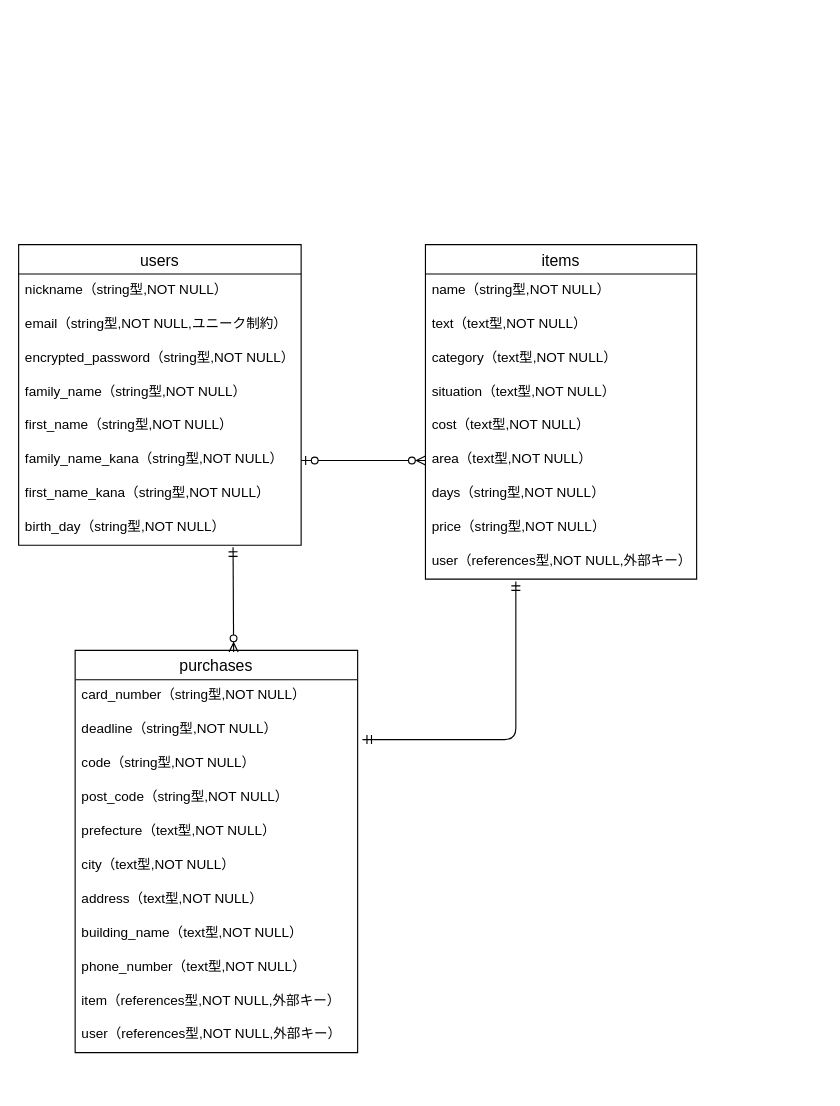
This is furima.dio from hiromu01/furima-38563, a draw.io file, before an edit. Source tidied: cells renumbered, new cells numbered last; positions are measured from the earlier drawing's top-left corner, leaving out a move shared by most shapes. Both pictures are drawn from the tidied source at 113%, with x=0, y=0 at pixel (18, 244).
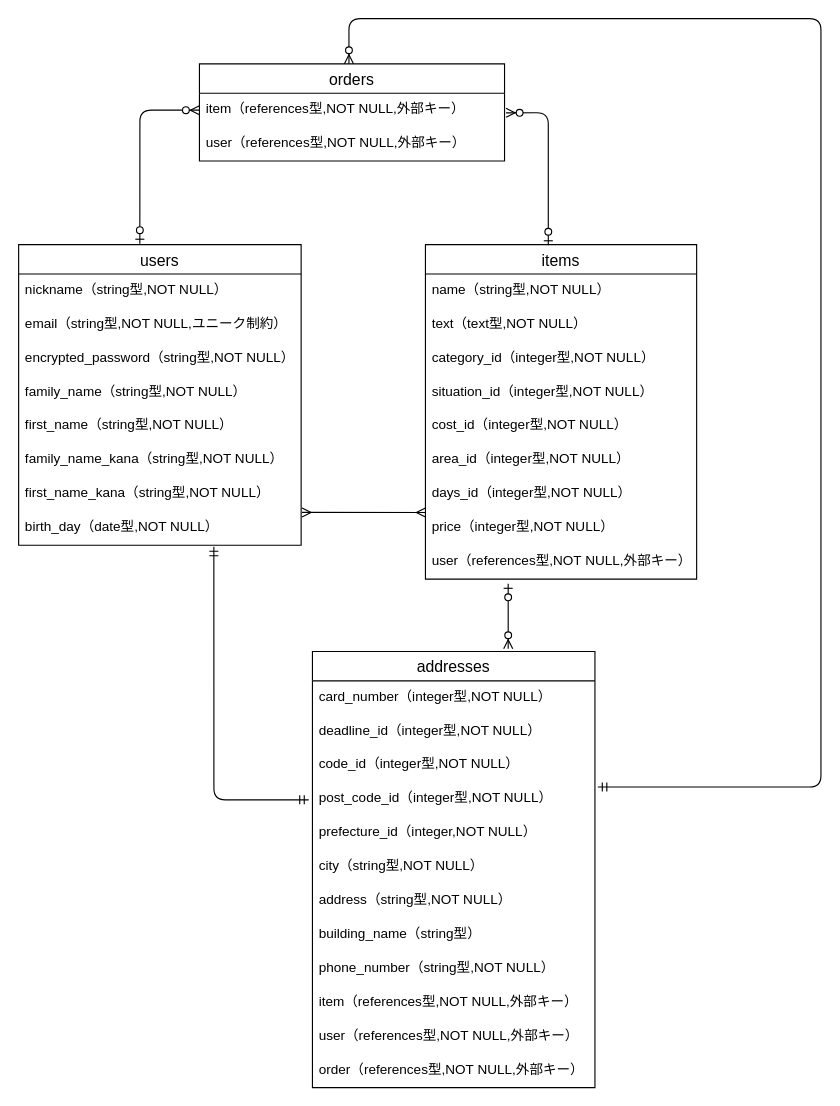
The same diagram, later.

The change refers to these unchanged cells:
```xml
<mxCell id="2" value="users" style="swimlane;fontStyle=0;horizontal=1;startSize=26;align=center;fontSize=14;" parent="1" vertex="1">
  <mxGeometry width="250" height="266" as="geometry" />
</mxCell>
<mxCell id="8" value="family_name_kana（string型,NOT NULL）" style="text;strokeColor=none;fillColor=none;spacingLeft=4;spacingRight=4;overflow=hidden;points=[[0,0.5],[1,0.5]];portConstraint=eastwest;fontSize=12;" parent="2" vertex="1">
  <mxGeometry y="176" width="250" height="30" as="geometry" />
</mxCell>
<mxCell id="11" value="items" style="swimlane;fontStyle=0;horizontal=1;startSize=26;align=center;fontSize=14;" parent="1" vertex="1">
  <mxGeometry x="360" width="240" height="296" as="geometry" />
</mxCell>
<mxCell id="20" value="user（references型,NOT NULL,外部キー）" style="text;strokeColor=none;fillColor=none;spacingLeft=4;spacingRight=4;overflow=hidden;points=[[0,0.5],[1,0.5]];portConstraint=eastwest;fontSize=12;" parent="11" vertex="1">
  <mxGeometry y="266" width="240" height="30" as="geometry" />
</mxCell>
```

Diff of the diagram source:
```diff
@@
-    <mxCell id="10" value="birth_day（string型,NOT NULL）" style="text;strokeColor=none;fillColor=none;spacingLeft=4;spacingRight=4;overflow=hidden;points=[[0,0.5],[1,0.5]];portConstraint=eastwest;fontSize=12;" parent="2" vertex="1">
+    <mxCell id="10" value="birth_day（date型,NOT NULL）" style="text;strokeColor=none;fillColor=none;spacingLeft=4;spacingRight=4;overflow=hidden;points=[[0,0.5],[1,0.5]];portConstraint=eastwest;fontSize=12;" parent="2" vertex="1">
       <mxGeometry y="236" width="250" height="30" as="geometry" />
     </mxCell>
@@
-    <mxCell id="14" value="category（text型,NOT NULL）" style="text;strokeColor=none;fillColor=none;spacingLeft=4;spacingRight=4;overflow=hidden;fontSize=12;" parent="11" vertex="1">
+    <mxCell id="14" value="category_id（integer型,NOT NULL）" style="text;strokeColor=none;fillColor=none;spacingLeft=4;spacingRight=4;overflow=hidden;fontSize=12;" parent="11" vertex="1">
       <mxGeometry y="86" width="240" height="30" as="geometry" />
     </mxCell>
-    <mxCell id="15" value="situation（text型,NOT NULL）" style="text;strokeColor=none;fillColor=none;spacingLeft=4;spacingRight=4;overflow=hidden;fontSize=12;" parent="11" vertex="1">
+    <mxCell id="15" value="situation_id（integer型,NOT NULL）" style="text;strokeColor=none;fillColor=none;spacingLeft=4;spacingRight=4;overflow=hidden;fontSize=12;" parent="11" vertex="1">
       <mxGeometry y="116" width="240" height="30" as="geometry" />
     </mxCell>
-    <mxCell id="16" value="cost（text型,NOT NULL）" style="text;strokeColor=none;fillColor=none;spacingLeft=4;spacingRight=4;overflow=hidden;fontSize=12;" parent="11" vertex="1">
+    <mxCell id="16" value="cost_id（integer型,NOT NULL）" style="text;strokeColor=none;fillColor=none;spacingLeft=4;spacingRight=4;overflow=hidden;fontSize=12;" parent="11" vertex="1">
       <mxGeometry y="146" width="240" height="30" as="geometry" />
     </mxCell>
-    <mxCell id="17" value="area（text型,NOT NULL）" style="text;strokeColor=none;fillColor=none;spacingLeft=4;spacingRight=4;overflow=hidden;points=[[0,0.5],[1,0.5]];portConstraint=eastwest;fontSize=12;" parent="11" vertex="1">
+    <mxCell id="17" value="area_id（integer型,NOT NULL）" style="text;strokeColor=none;fillColor=none;spacingLeft=4;spacingRight=4;overflow=hidden;points=[[0,0.5],[1,0.5]];portConstraint=eastwest;fontSize=12;" parent="11" vertex="1">
       <mxGeometry y="176" width="240" height="30" as="geometry" />
     </mxCell>
-    <mxCell id="18" value="days（string型,NOT NULL）" style="text;strokeColor=none;fillColor=none;spacingLeft=4;spacingRight=4;overflow=hidden;fontSize=12;" parent="11" vertex="1">
+    <mxCell id="18" value="days_id（integer型,NOT NULL）" style="text;strokeColor=none;fillColor=none;spacingLeft=4;spacingRight=4;overflow=hidden;fontSize=12;" parent="11" vertex="1">
       <mxGeometry y="206" width="240" height="30" as="geometry" />
     </mxCell>
-    <mxCell id="19" value="price（string型,NOT NULL）" style="text;strokeColor=none;fillColor=none;spacingLeft=4;spacingRight=4;overflow=hidden;fontSize=12;" parent="11" vertex="1">
+    <mxCell id="19" value="price（integer型,NOT NULL）" style="text;strokeColor=none;fillColor=none;spacingLeft=4;spacingRight=4;overflow=hidden;fontSize=12;" parent="11" vertex="1">
       <mxGeometry y="236" width="240" height="30" as="geometry" />
     </mxCell>
@@
-    <mxCell id="21" value="purchases" style="swimlane;fontStyle=0;horizontal=1;startSize=26;align=center;fontSize=14;" parent="1" vertex="1">
-      <mxGeometry x="50" y="359" width="250" height="356" as="geometry" />
+    <mxCell id="21" value="addresses" style="swimlane;fontStyle=0;horizontal=1;startSize=26;align=center;fontSize=14;" parent="1" vertex="1">
+      <mxGeometry x="260" y="360" width="250" height="386" as="geometry" />
     </mxCell>
-    <mxCell id="22" value="card_number（string型,NOT NULL）" style="text;strokeColor=none;fillColor=none;spacingLeft=4;spacingRight=4;overflow=hidden;fontSize=12;" parent="21" vertex="1">
+    <mxCell id="22" value="card_number（integer型,NOT NULL）" style="text;strokeColor=none;fillColor=none;spacingLeft=4;spacingRight=4;overflow=hidden;fontSize=12;" parent="21" vertex="1">
       <mxGeometry y="26" width="250" height="30" as="geometry" />
     </mxCell>
-    <mxCell id="23" value="deadline（string型,NOT NULL）" style="text;strokeColor=none;fillColor=none;spacingLeft=4;spacingRight=4;overflow=hidden;points=[[0,0.5],[1,0.5]];portConstraint=eastwest;fontSize=12;" parent="21" vertex="1">
+    <mxCell id="23" value="deadline_id（integer型,NOT NULL）" style="text;strokeColor=none;fillColor=none;spacingLeft=4;spacingRight=4;overflow=hidden;points=[[0,0.5],[1,0.5]];portConstraint=eastwest;fontSize=12;" parent="21" vertex="1">
       <mxGeometry y="56" width="250" height="30" as="geometry" />
     </mxCell>
-    <mxCell id="24" value="code（string型,NOT NULL）" style="text;strokeColor=none;fillColor=none;spacingLeft=4;spacingRight=4;overflow=hidden;fontSize=12;" parent="21" vertex="1">
+    <mxCell id="24" value="code_id（integer型,NOT NULL）" style="text;strokeColor=none;fillColor=none;spacingLeft=4;spacingRight=4;overflow=hidden;fontSize=12;" parent="21" vertex="1">
       <mxGeometry y="86" width="250" height="30" as="geometry" />
     </mxCell>
-    <mxCell id="25" value="post_code（string型,NOT NULL）" style="text;strokeColor=none;fillColor=none;spacingLeft=4;spacingRight=4;overflow=hidden;points=[[0,0.5],[1,0.5]];portConstraint=eastwest;fontSize=12;" parent="21" vertex="1">
+    <mxCell id="25" value="post_code_id（integer型,NOT NULL）" style="text;strokeColor=none;fillColor=none;spacingLeft=4;spacingRight=4;overflow=hidden;points=[[0,0.5],[1,0.5]];portConstraint=eastwest;fontSize=12;" parent="21" vertex="1">
       <mxGeometry y="116" width="250" height="30" as="geometry" />
     </mxCell>
-    <mxCell id="26" value="prefecture（text型,NOT NULL）" style="text;strokeColor=none;fillColor=none;spacingLeft=4;spacingRight=4;overflow=hidden;fontSize=12;" parent="21" vertex="1">
+    <mxCell id="26" value="prefecture_id（integer,NOT NULL）" style="text;strokeColor=none;fillColor=none;spacingLeft=4;spacingRight=4;overflow=hidden;fontSize=12;" parent="21" vertex="1">
       <mxGeometry y="146" width="250" height="30" as="geometry" />
     </mxCell>
-    <mxCell id="27" value="city（text型,NOT NULL）" style="text;strokeColor=none;fillColor=none;spacingLeft=4;spacingRight=4;overflow=hidden;fontSize=12;" parent="21" vertex="1">
+    <mxCell id="27" value="city（string型,NOT NULL）" style="text;strokeColor=none;fillColor=none;spacingLeft=4;spacingRight=4;overflow=hidden;fontSize=12;" parent="21" vertex="1">
       <mxGeometry y="176" width="250" height="30" as="geometry" />
     </mxCell>
-    <mxCell id="28" value="address（text型,NOT NULL）" style="text;strokeColor=none;fillColor=none;spacingLeft=4;spacingRight=4;overflow=hidden;fontSize=12;" parent="21" vertex="1">
+    <mxCell id="28" value="address（string型,NOT NULL）" style="text;strokeColor=none;fillColor=none;spacingLeft=4;spacingRight=4;overflow=hidden;fontSize=12;" parent="21" vertex="1">
       <mxGeometry y="206" width="250" height="30" as="geometry" />
     </mxCell>
-    <mxCell id="29" value="building_name（text型,NOT NULL）" style="text;strokeColor=none;fillColor=none;spacingLeft=4;spacingRight=4;overflow=hidden;fontSize=12;" parent="21" vertex="1">
+    <mxCell id="29" value="building_name（string型）" style="text;strokeColor=none;fillColor=none;spacingLeft=4;spacingRight=4;overflow=hidden;fontSize=12;" parent="21" vertex="1">
       <mxGeometry y="236" width="250" height="30" as="geometry" />
     </mxCell>
-    <mxCell id="30" value="phone_number（text型,NOT NULL）" style="text;strokeColor=none;fillColor=none;spacingLeft=4;spacingRight=4;overflow=hidden;fontSize=12;" parent="21" vertex="1">
+    <mxCell id="30" value="phone_number（string型,NOT NULL）" style="text;strokeColor=none;fillColor=none;spacingLeft=4;spacingRight=4;overflow=hidden;fontSize=12;" parent="21" vertex="1">
       <mxGeometry y="266" width="250" height="30" as="geometry" />
     </mxCell>
@@
-    <mxCell id="33" style="edgeStyle=entityRelationEdgeStyle;fontSize=12;html=1;endArrow=ERzeroToMany;startArrow=ERzeroToOne;entryX=0;entryY=0.5;entryDx=0;entryDy=0;entryPerimeter=0;" parent="1" edge="1" source="8" target="17">
-      <mxGeometry relative="1" as="geometry" />
-    </mxCell>
-    <mxCell id="34" style="edgeStyle=orthogonalEdgeStyle;fontSize=12;html=1;endArrow=ERmandOne;startArrow=ERmandOne;exitX=1.017;exitY=0.767;exitDx=0;exitDy=0;exitPerimeter=0;" parent="1" edge="1" source="23">
-      <mxGeometry relative="1" as="geometry">
-        <mxPoint x="440" y="298" as="targetPoint" />
-        <Array as="points">
-          <mxPoint x="440" y="438" />
-          <mxPoint x="440" y="298" />
-        </Array>
-      </mxGeometry>
-    </mxCell>
-    <mxCell id="35" style="fontSize=12;html=1;endArrow=ERzeroToMany;startArrow=ERmandOne;entryX=0.561;entryY=0.004;entryDx=0;entryDy=0;entryPerimeter=0;exitX=0.759;exitY=1.061;exitDx=0;exitDy=0;exitPerimeter=0;" parent="1" edge="1" source="10" target="21">
-      <mxGeometry relative="1" as="geometry" />
-    </mxCell>
+    <mxCell id="36" value="order（references型,NOT NULL,外部キー）" style="text;strokeColor=none;fillColor=none;spacingLeft=4;spacingRight=4;overflow=hidden;fontSize=12;" parent="21" vertex="1">
+      <mxGeometry y="356" width="250" height="30" as="geometry" />
+    </mxCell>
+    <mxCell id="37" value="orders" style="swimlane;fontStyle=0;horizontal=1;startSize=26;align=center;fontSize=14;" parent="1" vertex="1">
+      <mxGeometry x="160" y="-160" width="270" height="86" as="geometry" />
+    </mxCell>
+    <mxCell id="38" value="item（references型,NOT NULL,外部キー）" style="text;strokeColor=none;fillColor=none;spacingLeft=4;spacingRight=4;overflow=hidden;points=[[0,0.5],[1,0.5]];portConstraint=eastwest;fontSize=12;" parent="37" vertex="1">
+      <mxGeometry y="26" width="270" height="30" as="geometry" />
+    </mxCell>
+    <mxCell id="39" value="user（references型,NOT NULL,外部キー）" style="text;strokeColor=none;fillColor=none;spacingLeft=4;spacingRight=4;overflow=hidden;fontSize=12;" parent="37" vertex="1">
+      <mxGeometry y="56" width="270" height="30" as="geometry" />
+    </mxCell>
+    <mxCell id="40" style="fontSize=12;html=1;endArrow=ERzeroToMany;startArrow=ERzeroToOne;exitX=0.305;exitY=1.137;exitDx=0;exitDy=0;exitPerimeter=0;entryX=0.693;entryY=-0.006;entryDx=0;entryDy=0;entryPerimeter=0;" parent="1" edge="1" source="20" target="21">
+      <mxGeometry relative="1" as="geometry" />
+    </mxCell>
+    <mxCell id="41" style="edgeStyle=orthogonalEdgeStyle;fontSize=12;html=1;endArrow=ERzeroToMany;startArrow=ERzeroToOne;exitX=0.429;exitY=-0.003;exitDx=0;exitDy=0;exitPerimeter=0;" parent="1" edge="1" source="2" target="38">
+      <mxGeometry relative="1" as="geometry" />
+    </mxCell>
+    <mxCell id="42" style="edgeStyle=orthogonalEdgeStyle;fontSize=12;html=1;endArrow=ERzeroToMany;startArrow=ERzeroToOne;exitX=0.453;exitY=0.002;exitDx=0;exitDy=0;exitPerimeter=0;entryX=1.005;entryY=0.578;entryDx=0;entryDy=0;entryPerimeter=0;" parent="1" edge="1" source="11" target="38">
+      <mxGeometry relative="1" as="geometry" />
+    </mxCell>
+    <mxCell id="43" style="edgeStyle=orthogonalEdgeStyle;fontSize=12;html=1;endArrow=ERmandOne;startArrow=ERmandOne;entryX=0.691;entryY=1.044;entryDx=0;entryDy=0;entryPerimeter=0;exitX=-0.013;exitY=0.511;exitDx=0;exitDy=0;exitPerimeter=0;" parent="1" edge="1" source="25" target="10">
+      <mxGeometry relative="1" as="geometry">
+        <Array as="points">
+          <mxPoint x="173" y="491" />
+        </Array>
+      </mxGeometry>
+    </mxCell>
+    <mxCell id="44" style="fontSize=12;html=1;endArrow=ERmany;startArrow=ERmany;exitX=1.003;exitY=0.032;exitDx=0;exitDy=0;exitPerimeter=0;" parent="1" edge="1" source="10">
+      <mxGeometry relative="1" as="geometry">
+        <mxPoint x="360" y="237" as="targetPoint" />
+      </mxGeometry>
+    </mxCell>
+    <mxCell id="45" style="edgeStyle=orthogonalEdgeStyle;fontSize=12;html=1;endArrow=ERzeroToMany;startArrow=ERmandOne;exitX=1.01;exitY=0.133;exitDx=0;exitDy=0;exitPerimeter=0;entryX=0.49;entryY=0;entryDx=0;entryDy=0;entryPerimeter=0;" parent="1" edge="1" source="25" target="37">
+      <mxGeometry relative="1" as="geometry">
+        <Array as="points">
+          <mxPoint x="710" y="480" />
+          <mxPoint x="710" y="-200" />
+          <mxPoint x="292" y="-200" />
+        </Array>
+      </mxGeometry>
+    </mxCell>
```
